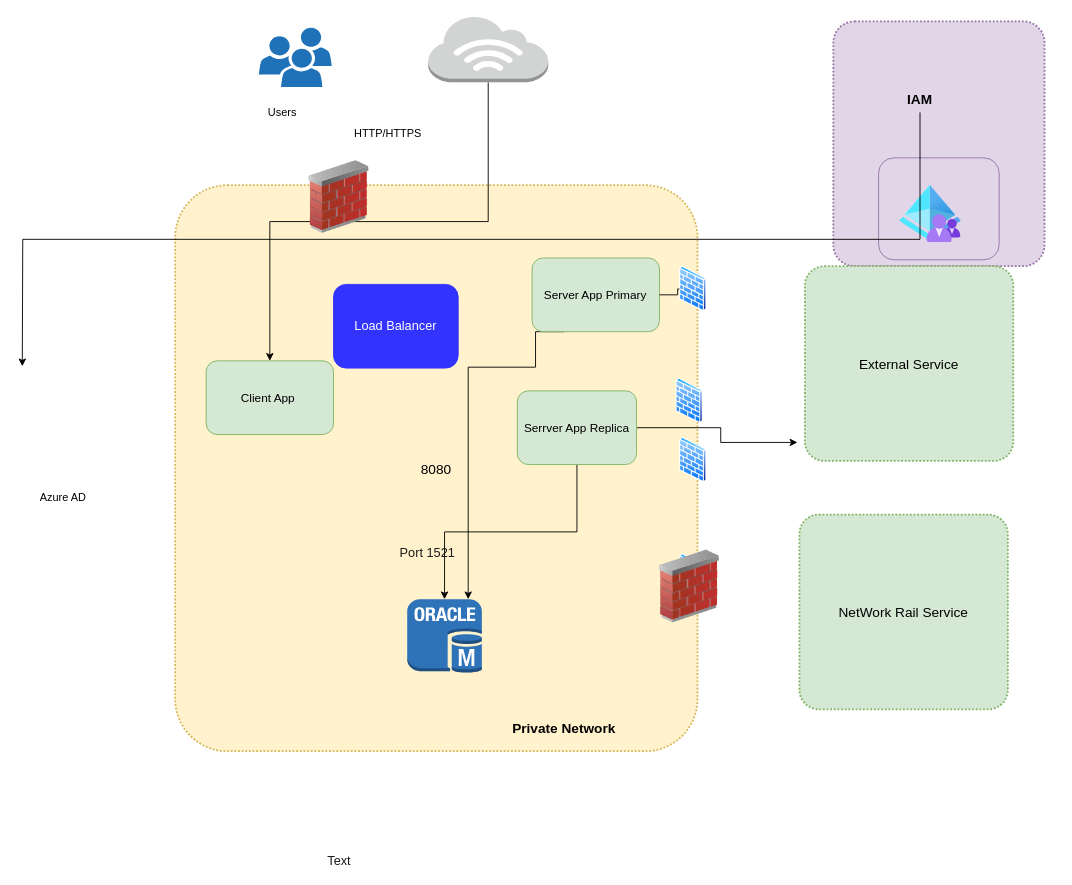
Before: Diagram2.drawio in dieunguyen2003/deploycode, a draw.io diagram. Source tidied: cells renumbered, new cells numbered last; positions are measured from the earlier drawing's top-left corner, leaving out a move shared by most shapes. Both pictures are drawn from the tidied source at 91%, with x=0, y=0 at pixel (22, 15).
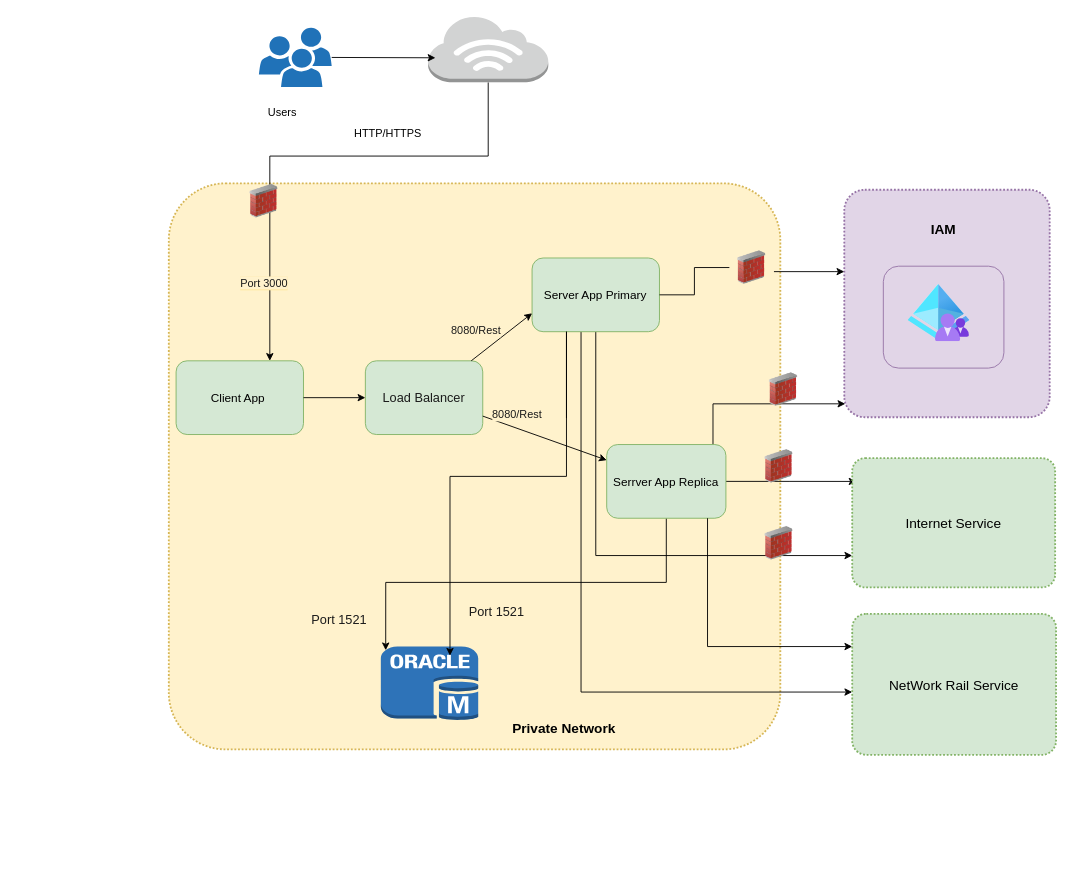
After the change.

Unchanged cells that the change refers to:
```xml
<mxCell id="5" style="sketch=0;shadow=0;dashed=0;html=1;strokeColor=none;labelPosition=center;verticalLabelPosition=bottom;verticalAlign=top;outlineConnect=0;align=center;shape=mxgraph.office.users.users;fillColor=#2072B8;" parent="1" vertex="1">
  <mxGeometry x="260" y="13" width="80" height="65" as="geometry" />
</mxCell>
<mxCell id="17" value="Server App Primary" style="rounded=1;whiteSpace=wrap;html=1;fontSize=13;strokeColor=#82b366;fillColor=#d5e8d4;" parent="1" vertex="1">
  <mxGeometry x="560.2" y="266" width="140" height="81" as="geometry" />
</mxCell>
<mxCell id="22" style="outlineConnect=0;dashed=0;verticalLabelPosition=bottom;verticalAlign=top;align=center;html=1;shape=mxgraph.aws3.internet_3;fillColor=#D2D3D3;gradientColor=none;fontSize=14;fontColor=#FFFFFF;strokeColor=#3333FF;" parent="1" vertex="1">
  <mxGeometry x="446" width="132" height="73" as="geometry" />
</mxCell>
```

The edit, as a diff of the source:
```diff
@@
+    <mxCell id="4" style="rounded=1;arcSize=10;dashed=1;fillColor=#fff2cc;dashPattern=1 1;strokeWidth=2;fontSize=15;strokeColor=#d6b656;" parent="1" vertex="1">
+      <mxGeometry x="161" y="184" width="672" height="622" as="geometry" />
+    </mxCell>
     <mxCell id="2" style="rounded=1;arcSize=10;dashed=1;fillColor=#e1d5e7;dashPattern=1 1;strokeWidth=2;fontSize=15;strokeColor=#9673a6;" parent="1" vertex="1">
-      <mxGeometry x="891.3" y="6" width="232" height="269" as="geometry" />
+      <mxGeometry x="903.3" y="191" width="225.7" height="250" as="geometry" />
     </mxCell>
     <mxCell id="3" style="rounded=1;whiteSpace=wrap;html=1;fontSize=15;fillColor=none;strokeColor=#9673a6;" parent="1" vertex="1">
-      <mxGeometry x="941" y="156" width="132.5" height="112" as="geometry" />
+      <mxGeometry x="946.2" y="275" width="132.5" height="112" as="geometry" />
     </mxCell>
-    <mxCell id="4" value="8080" style="rounded=1;arcSize=10;dashed=1;fillColor=#fff2cc;dashPattern=1 1;strokeWidth=2;fontSize=15;strokeColor=#d6b656;" parent="1" vertex="1">
-      <mxGeometry x="168" y="186" width="574" height="622" as="geometry" />
-    </mxCell>
@@
-    <mxCell id="6" style="html=1;align=center;image;fontSize=12;image=img/lib/azure2/identity/Azure_AD_B2C.svg;" parent="1" vertex="1">
-      <mxGeometry x="964" y="186" width="67.9" height="63" as="geometry" />
-    </mxCell>
-    <mxCell id="7" value="Azure AD" style="text;html=1;strokeColor=none;fillColor=none;align=center;verticalAlign=middle;whiteSpace=wrap;rounded=0;" parent="1" vertex="1">
-      <mxGeometry y="513.5" width="90" height="30" as="geometry" />
-    </mxCell>
@@
     <mxCell id="10" style="outlineConnect=0;dashed=0;verticalLabelPosition=bottom;verticalAlign=top;align=center;html=1;shape=mxgraph.aws3.oracle_db_instance;fillColor=#2E73B8;gradientColor=none;fontSize=15;" parent="1" vertex="1">
-      <mxGeometry x="423" y="641" width="82" height="81" as="geometry" />
+      <mxGeometry x="394" y="693" width="107" height="81" as="geometry" />
     </mxCell>
@@
-    <mxCell id="15" value="&lt;font color=&quot;#ffffff&quot; style=&quot;font-size: 14px;&quot;&gt;Load Balancer&lt;/font&gt;" style="rounded=1;whiteSpace=wrap;html=1;fontSize=13;strokeColor=#3333FF;fillColor=#3333FF;" parent="1" vertex="1">
-      <mxGeometry x="342" y="295" width="137" height="92" as="geometry" />
+    <mxCell id="15" value="&lt;font color=&quot;#1a1a1a&quot; style=&quot;font-size: 14px;&quot;&gt;Load Balancer&lt;/font&gt;" style="rounded=1;whiteSpace=wrap;html=1;fontSize=13;strokeColor=#82b366;fillColor=#d5e8d4;" parent="1" vertex="1">
+      <mxGeometry x="377" y="379" width="129" height="81" as="geometry" />
     </mxCell>
-    <mxCell id="16" style="edgeStyle=orthogonalEdgeStyle;rounded=0;jettySize=auto;html=1;exitX=0.25;exitY=1;exitDx=0;exitDy=0;fontSize=14;fontColor=#FFFFFF;" parent="1" edge="1" source="17" target="10">
-      <mxGeometry relative="1" as="geometry">
-        <Array as="points">
-          <mxPoint x="564" y="386" />
-          <mxPoint x="490" y="386" />
-        </Array>
-      </mxGeometry>
-    </mxCell>
+    <mxCell id="38" style="edgeStyle=orthogonalEdgeStyle;rounded=0;jettySize=auto;html=1;fontColor=#1A1A1A;" parent="1" edge="1" source="17" target="23">
+      <mxGeometry relative="1" as="geometry">
+        <Array as="points">
+          <mxPoint x="630" y="593" />
+        </Array>
+      </mxGeometry>
+    </mxCell>
+    <mxCell id="39" style="edgeStyle=orthogonalEdgeStyle;rounded=0;jettySize=auto;html=1;fontColor=#1A1A1A;" parent="1" edge="1" source="17" target="37">
+      <mxGeometry relative="1" as="geometry">
+        <Array as="points">
+          <mxPoint x="614" y="743" />
+        </Array>
+      </mxGeometry>
+    </mxCell>
@@
+    <mxCell id="19" style="edgeStyle=orthogonalEdgeStyle;rounded=0;jettySize=auto;html=1;exitX=0.5;exitY=1;exitDx=0;exitDy=0;fontSize=14;fontColor=#1A1A1A;entryX=0.05;entryY=0.05;entryDx=0;entryDy=0;entryPerimeter=0;" parent="1" edge="1" source="20" target="10">
+      <mxGeometry relative="1" as="geometry" />
+    </mxCell>
+    <mxCell id="40" style="edgeStyle=orthogonalEdgeStyle;rounded=0;jettySize=auto;html=1;entryX=0.005;entryY=0.941;entryDx=0;entryDy=0;entryPerimeter=0;fontColor=#1A1A1A;" parent="1" edge="1" source="20" target="2">
+      <mxGeometry relative="1" as="geometry">
+        <Array as="points">
+          <mxPoint x="759" y="426" />
+        </Array>
+      </mxGeometry>
+    </mxCell>
-    <mxCell id="18" style="edgeStyle=orthogonalEdgeStyle;rounded=0;jettySize=auto;html=1;exitX=1;exitY=0.5;exitDx=0;exitDy=0;entryX=-0.036;entryY=0.905;entryDx=0;entryDy=0;entryPerimeter=0;fontSize=14;fontColor=#FFFFFF;" parent="1" edge="1" source="20" target="23">
+    <mxCell id="18" style="edgeStyle=orthogonalEdgeStyle;rounded=0;jettySize=auto;html=1;entryX=0.021;entryY=0.18;entryDx=0;entryDy=0;entryPerimeter=0;fontColor=#1A1A1A;" parent="1" edge="1" source="20" target="23">
       <mxGeometry relative="1" as="geometry" />
     </mxCell>
-    <mxCell id="19" style="edgeStyle=orthogonalEdgeStyle;rounded=0;jettySize=auto;html=1;exitX=0.5;exitY=1;exitDx=0;exitDy=0;fontSize=14;fontColor=#1A1A1A;" parent="1" edge="1" source="20" target="10">
-      <mxGeometry relative="1" as="geometry" />
-    </mxCell>
     <mxCell id="20" value="Serrver App Replica" style="rounded=1;whiteSpace=wrap;html=1;fontSize=13;strokeColor=#82b366;fillColor=#d5e8d4;" parent="1" vertex="1">
-      <mxGeometry x="544" y="412" width="131" height="81" as="geometry" />
+      <mxGeometry x="642.2" y="471" width="131" height="81" as="geometry" />
     </mxCell>
     <mxCell id="21" style="edgeStyle=orthogonalEdgeStyle;rounded=0;jettySize=auto;html=1;exitX=0.5;exitY=1;exitDx=0;exitDy=0;exitPerimeter=0;fontSize=14;fontColor=#FFFFFF;" parent="1" edge="1" source="22" target="35">
-      <mxGeometry relative="1" as="geometry" />
+      <mxGeometry relative="1" as="geometry">
+        <Array as="points">
+          <mxPoint x="512" y="154" />
+          <mxPoint x="272" y="154" />
+        </Array>
+      </mxGeometry>
     </mxCell>
@@
-    <mxCell id="23" value="External Service" style="rounded=1;arcSize=10;dashed=1;fillColor=#d5e8d4;dashPattern=1 1;strokeWidth=2;fontSize=15;strokeColor=#82b366;" parent="1" vertex="1">
-      <mxGeometry x="860" y="275" width="229" height="214" as="geometry" />
+    <mxCell id="23" value="Internet Service" style="rounded=1;arcSize=10;dashed=1;fillColor=#d5e8d4;dashPattern=1 1;strokeWidth=2;fontSize=15;strokeColor=#82b366;" parent="1" vertex="1">
+      <mxGeometry x="912" y="486" width="223" height="142" as="geometry" />
     </mxCell>
+    <mxCell id="31" value="Port 1521" style="text;html=1;strokeColor=none;fillColor=none;align=center;verticalAlign=middle;whiteSpace=wrap;rounded=0;fontSize=14;fontColor=#1A1A1A;" parent="1" vertex="1">
+      <mxGeometry x="477" y="636" width="89" height="38" as="geometry" />
+    </mxCell>
+    <mxCell id="33" style="image;html=1;image=img/lib/clip_art/networking/Firewall_02_128x128.png;fontSize=14;fontColor=#1A1A1A;strokeColor=#3333FF;fillColor=#3333FF;" parent="1" vertex="1">
+      <mxGeometry x="241" y="185" width="49" height="37" as="geometry" />
+    </mxCell>
+    <mxCell id="35" value="Client App&amp;nbsp;" style="rounded=1;whiteSpace=wrap;html=1;fontSize=13;strokeColor=#82b366;fillColor=#d5e8d4;" parent="1" vertex="1">
+      <mxGeometry x="169" y="379" width="140" height="81" as="geometry" />
+    </mxCell>
+    <mxCell id="37" value="NetWork Rail Service" style="rounded=1;arcSize=10;dashed=1;fillColor=#d5e8d4;dashPattern=1 1;strokeWidth=2;fontSize=15;strokeColor=#82b366;" parent="1" vertex="1">
+      <mxGeometry x="912" y="657" width="224" height="155" as="geometry" />
+    </mxCell>
+    <mxCell id="41" style="html=1;align=center;image;fontSize=12;image=img/lib/azure2/identity/Azure_AD_B2C.svg;" parent="1" vertex="1">
+      <mxGeometry x="973.3" y="295" width="67.9" height="63" as="geometry" />
+    </mxCell>
     <mxCell id="24" value="IAM" style="text;html=1;strokeColor=none;fillColor=none;align=center;verticalAlign=middle;whiteSpace=wrap;rounded=0;fontStyle=1;fontSize=15;" parent="1" vertex="1">
-      <mxGeometry x="886" y="76" width="201" height="30" as="geometry" />
+      <mxGeometry x="912" y="219" width="201" height="30" as="geometry" />
     </mxCell>
-    <mxCell id="25" style="perimeter=ellipsePerimeter;html=1;align=center;shadow=0;dashed=0;spacingTop=3;image;image=img/lib/active_directory/firewall.svg;fontSize=14;fontColor=#FFFFFF;strokeColor=#3333FF;fillColor=#3333FF;" parent="1" vertex="1">
-      <mxGeometry x="335" y="169" width="30.5" height="50" as="geometry" />
-    </mxCell>
-    <mxCell id="26" style="perimeter=ellipsePerimeter;html=1;align=center;shadow=0;dashed=0;spacingTop=3;image;image=img/lib/active_directory/firewall.svg;fontSize=14;fontColor=#FFFFFF;strokeColor=#3333FF;fillColor=#3333FF;" parent="1" vertex="1">
-      <mxGeometry x="722" y="275" width="30.5" height="50" as="geometry" />
-    </mxCell>
-    <mxCell id="27" style="edgeStyle=orthogonalEdgeStyle;rounded=0;jettySize=auto;html=1;exitX=1;exitY=0.5;exitDx=0;exitDy=0;fontSize=14;fontColor=#FFFFFF;endArrow=none;" parent="1" edge="1" source="17" target="26">
-      <mxGeometry relative="1" as="geometry" />
-    </mxCell>
-    <mxCell id="28" style="perimeter=ellipsePerimeter;html=1;align=center;shadow=0;dashed=0;spacingTop=3;image;image=img/lib/active_directory/firewall.svg;fontSize=14;fontColor=#FFFFFF;strokeColor=#3333FF;fillColor=#3333FF;" parent="1" vertex="1">
-      <mxGeometry x="722" y="463" width="30.5" height="50" as="geometry" />
-    </mxCell>
-    <mxCell id="29" style="perimeter=ellipsePerimeter;html=1;align=center;shadow=0;dashed=0;spacingTop=3;image;image=img/lib/active_directory/firewall.svg;fontSize=14;fontColor=#FFFFFF;strokeColor=#3333FF;fillColor=#3333FF;" parent="1" vertex="1">
-      <mxGeometry x="718" y="398" width="30.5" height="50" as="geometry" />
-    </mxCell>
-    <mxCell id="30" style="perimeter=ellipsePerimeter;html=1;align=center;shadow=0;dashed=0;spacingTop=3;image;image=img/lib/active_directory/firewall.svg;fontSize=14;fontColor=#FFFFFF;strokeColor=#3333FF;fillColor=#3333FF;" parent="1" vertex="1">
-      <mxGeometry x="722" y="591" width="30.5" height="50" as="geometry" />
-    </mxCell>
-    <mxCell id="31" value="Port 1521" style="text;html=1;strokeColor=none;fillColor=none;align=center;verticalAlign=middle;whiteSpace=wrap;rounded=0;fontSize=14;fontColor=#1A1A1A;" parent="1" vertex="1">
-      <mxGeometry x="401" y="571" width="89" height="38" as="geometry" />
-    </mxCell>
-    <mxCell id="32" value="Text" style="text;html=1;align=center;verticalAlign=middle;strokeColor=none;fillColor=none;fontSize=14;fontColor=#1A1A1A;" parent="1" vertex="1">
-      <mxGeometry x="328" y="918" width="40" height="20" as="geometry" />
-    </mxCell>
-    <mxCell id="33" style="image;html=1;image=img/lib/clip_art/networking/Firewall_02_128x128.png;fontSize=14;fontColor=#1A1A1A;strokeColor=#3333FF;fillColor=#3333FF;" parent="1" vertex="1">
-      <mxGeometry x="308" y="159" width="80" height="80" as="geometry" />
-    </mxCell>
-    <mxCell id="34" style="image;html=1;image=img/lib/clip_art/networking/Firewall_02_128x128.png;fontSize=14;fontColor=#1A1A1A;strokeColor=#3333FF;fillColor=#3333FF;" parent="1" vertex="1">
-      <mxGeometry x="693.2" y="587" width="80" height="80" as="geometry" />
-    </mxCell>
-    <mxCell id="35" value="Client App&amp;nbsp;" style="rounded=1;whiteSpace=wrap;html=1;fontSize=13;strokeColor=#82b366;fillColor=#d5e8d4;" parent="1" vertex="1">
-      <mxGeometry x="202" y="379" width="140" height="81" as="geometry" />
-    </mxCell>
-    <mxCell id="36" style="edgeStyle=orthogonalEdgeStyle;rounded=0;jettySize=auto;html=1;exitX=0.5;exitY=1;exitDx=0;exitDy=0;fontSize=14;fontColor=#1A1A1A;" parent="1" edge="1" source="24">
-      <mxGeometry relative="1" as="geometry">
-        <mxPoint y="385" as="targetPoint" />
-      </mxGeometry>
-    </mxCell>
-    <mxCell id="37" value="NetWork Rail Service" style="rounded=1;arcSize=10;dashed=1;fillColor=#d5e8d4;dashPattern=1 1;strokeWidth=2;fontSize=15;strokeColor=#82b366;" parent="1" vertex="1">
-      <mxGeometry x="854" y="548" width="229" height="214" as="geometry" />
-    </mxCell>
+    <mxCell id="42" value="&lt;span style=&quot;background-color: rgb(255, 242, 204);&quot;&gt;Port 3000&lt;/span&gt;" style="text;html=1;strokeColor=none;fillColor=none;align=center;verticalAlign=middle;whiteSpace=wrap;rounded=0;labelBackgroundColor=#FFE599;fontColor=#1A1A1A;" parent="1" vertex="1">
+      <mxGeometry x="235.5" y="279" width="60" height="30" as="geometry" />
+    </mxCell>
+    <mxCell id="43" style="endArrow=classic;html=1;rounded=0;fontColor=#1A1A1A;exitX=1;exitY=0.5;exitDx=0;exitDy=0;entryX=0;entryY=0.5;entryDx=0;entryDy=0;" parent="1" edge="1" source="35" target="15">
+      <mxGeometry relative="1" as="geometry" />
+    </mxCell>
+    <mxCell id="44" style="endArrow=classic;html=1;rounded=0;fontColor=#1A1A1A;entryX=0;entryY=0.75;entryDx=0;entryDy=0;" parent="1" edge="1" source="15" target="17">
+      <mxGeometry relative="1" as="geometry" />
+    </mxCell>
+    <mxCell id="45" value="8080/Rest" style="text;html=1;strokeColor=none;fillColor=none;align=center;verticalAlign=middle;whiteSpace=wrap;rounded=0;labelBackgroundColor=#FFF2CC;fontColor=#1A1A1A;" parent="1" vertex="1">
+      <mxGeometry x="469" y="331" width="60" height="30.5" as="geometry" />
+    </mxCell>
+    <mxCell id="46" style="edgeStyle=orthogonalEdgeStyle;rounded=0;orthogonalLoop=1;jettySize=auto;html=1;fontSize=14;fontColor=#1A1A1A;" parent="1" edge="1">
+      <mxGeometry relative="1" as="geometry">
+        <mxPoint x="598" y="442" as="sourcePoint" />
+        <mxPoint x="470" y="703" as="targetPoint" />
+        <Array as="points">
+          <mxPoint x="598" y="347" />
+          <mxPoint x="598" y="506" />
+          <mxPoint x="470" y="506" />
+        </Array>
+      </mxGeometry>
+    </mxCell>
+    <mxCell id="47" value="Port 1521" style="text;html=1;strokeColor=none;fillColor=none;align=center;verticalAlign=middle;whiteSpace=wrap;rounded=0;fontSize=14;fontColor=#1A1A1A;" parent="1" vertex="1">
+      <mxGeometry x="303.5" y="645" width="89" height="38" as="geometry" />
+    </mxCell>
+    <mxCell id="48" style="endArrow=classic;html=1;rounded=0;fontColor=#1A1A1A;exitX=1;exitY=0.75;exitDx=0;exitDy=0;" parent="1" edge="1" source="15" target="20">
+      <mxGeometry relative="1" as="geometry" />
+    </mxCell>
+    <mxCell id="49" value="8080/Rest" style="text;html=1;strokeColor=none;fillColor=none;align=center;verticalAlign=middle;whiteSpace=wrap;rounded=0;labelBackgroundColor=#FFF2CC;fontColor=#1A1A1A;" parent="1" vertex="1">
+      <mxGeometry x="514" y="423" width="60" height="30.5" as="geometry" />
+    </mxCell>
+    <mxCell id="50" style="endArrow=classic;html=1;rounded=0;fontColor=#1A1A1A;" parent="1" edge="1" source="5">
+      <mxGeometry relative="1" as="geometry">
+        <mxPoint x="454" y="46" as="targetPoint" />
+      </mxGeometry>
+    </mxCell>
+    <mxCell id="51" style="edgeStyle=orthogonalEdgeStyle;rounded=0;jettySize=auto;html=1;fontSize=14;fontColor=#1A1A1A;startArrow=none;" parent="1" edge="1" source="53" target="2">
+      <mxGeometry relative="1" as="geometry">
+        <Array as="points">
+          <mxPoint x="893" y="281" />
+          <mxPoint x="893" y="281" />
+        </Array>
+      </mxGeometry>
+    </mxCell>
+    <mxCell id="52" style="edgeStyle=orthogonalEdgeStyle;rounded=0;jettySize=auto;html=1;fontColor=#1A1A1A;" parent="1" edge="1" source="20" target="37">
+      <mxGeometry relative="1" as="geometry">
+        <Array as="points">
+          <mxPoint x="753" y="693" />
+        </Array>
+      </mxGeometry>
+    </mxCell>
+    <mxCell id="53" style="image;html=1;image=img/lib/clip_art/networking/Firewall_02_128x128.png;fontSize=14;fontColor=#1A1A1A;strokeColor=#3333FF;fillColor=#3333FF;" parent="1" vertex="1">
+      <mxGeometry x="777" y="258" width="49" height="37" as="geometry" />
+    </mxCell>
+    <mxCell id="54" style="edgeStyle=orthogonalEdgeStyle;rounded=0;jettySize=auto;html=1;fontSize=14;fontColor=#1A1A1A;endArrow=none;" parent="1" edge="1" source="17" target="53">
+      <mxGeometry relative="1" as="geometry" />
+    </mxCell>
+    <mxCell id="55" style="image;html=1;image=img/lib/clip_art/networking/Firewall_02_128x128.png;fontSize=14;fontColor=#1A1A1A;strokeColor=#3333FF;fillColor=#3333FF;" parent="1" vertex="1">
+      <mxGeometry x="812" y="392" width="49" height="37" as="geometry" />
+    </mxCell>
+    <mxCell id="56" style="image;html=1;image=img/lib/clip_art/networking/Firewall_02_128x128.png;fontSize=14;fontColor=#1A1A1A;strokeColor=#3333FF;fillColor=#3333FF;" parent="1" vertex="1">
+      <mxGeometry x="807" y="561" width="49" height="37" as="geometry" />
+    </mxCell>
+    <mxCell id="57" style="image;html=1;image=img/lib/clip_art/networking/Firewall_02_128x128.png;fontSize=14;fontColor=#1A1A1A;strokeColor=#3333FF;fillColor=#3333FF;" parent="1" vertex="1">
+      <mxGeometry x="807" y="476.5" width="49" height="37" as="geometry" />
+    </mxCell>
```
